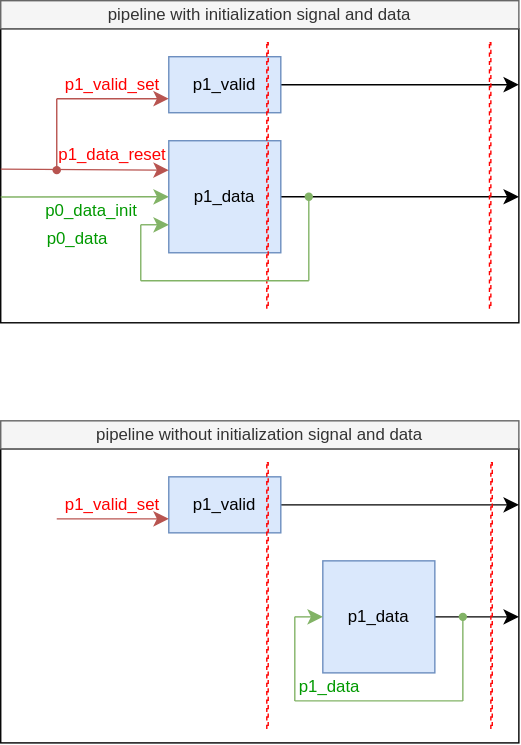
Earlier version of the draw.io export de/v_rule/include/pipeline_init.svg (jnjnliwenjie0022/obs). Source tidied: cells renumbered, new cells last; positions are measured from the earlier drawing's top-left corner, leaving out a move shared by most shapes.
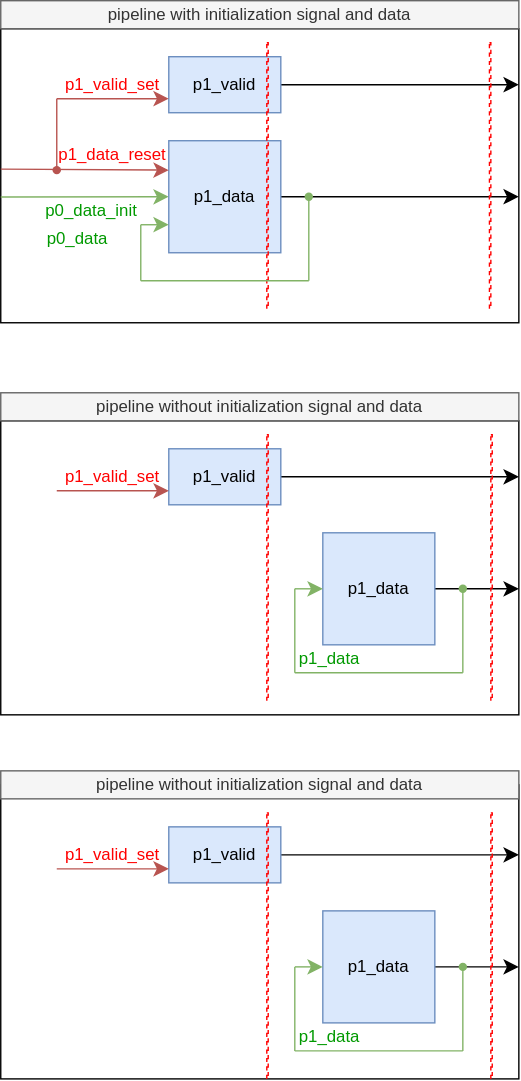
The same file after the commit.

Commit message:
vault backup: 2025-05-04 19:11:35

What changed in the source:
```diff
@@ -3,7 +3,7 @@
     <mxCell id="0" />
     <mxCell id="1" parent="0" />
     <mxCell id="2" style="whiteSpace=wrap;html=1;rotation=0;rounded=0;" parent="1" vertex="1">
-      <mxGeometry y="320" width="370" height="210" as="geometry" />
+      <mxGeometry y="300" width="370" height="210" as="geometry" />
     </mxCell>
     <mxCell id="3" style="whiteSpace=wrap;html=1;rotation=0;rounded=0;" parent="1" vertex="1">
       <mxGeometry y="20" width="370" height="210" as="geometry" />
@@ -58,67 +58,67 @@
     </mxCell>
     <mxCell id="16" style="edgeStyle=none;curved=1;rounded=0;jettySize=auto;html=1;fontSize=12;startSize=8;endSize=8;" parent="1" edge="1" source="17">
       <mxGeometry relative="1" as="geometry">
-        <mxPoint x="370" y="360" as="targetPoint" />
+        <mxPoint x="370" y="340" as="targetPoint" />
       </mxGeometry>
     </mxCell>
     <mxCell id="17" value="p1_valid" style="whiteSpace=wrap;html=1;rotation=0;fillColor=#dae8fc;strokeColor=#6c8ebf;points=[[0,0],[0,0.1],[0,0.2],[0,0.3],[0,0.4],[0,0.5],[0,0.6],[0,0.7],[0,0.8],[0,0.9],[0,1],[0.1,0],[0.2,0],[0.3,0],[0.4,0],[0.5,0],[0.6,0],[0.7,0],[0.8,0],[0.9,0],[1,0],[1,0.1],[1,0.2],[1,0.3],[1,0.4],[1,0.5],[1,0.6],[1,0.7],[1,0.8],[1,0.9],[0.1,1],[0.2,1],[0.3,1],[0.4,1],[0.5,1],[0.6,1],[0.7,1],[0.8,1],[0.9,1],[1,1]];rounded=0;" parent="1" vertex="1">
-      <mxGeometry x="120" y="340" width="80" height="40" as="geometry" />
+      <mxGeometry x="120" y="320" width="80" height="40" as="geometry" />
     </mxCell>
     <mxCell id="18" style="edgeStyle=none;curved=1;rounded=0;jettySize=auto;html=1;fontSize=12;startSize=8;endSize=8;" parent="1" edge="1" source="19">
       <mxGeometry relative="1" as="geometry">
-        <mxPoint x="370" y="440" as="targetPoint" />
+        <mxPoint x="370" y="420" as="targetPoint" />
       </mxGeometry>
     </mxCell>
     <mxCell id="19" value="p1_data" style="whiteSpace=wrap;html=1;rotation=0;fillColor=#dae8fc;strokeColor=#6c8ebf;points=[[0,0],[0,0.1],[0,0.2],[0,0.3],[0,0.4],[0,0.5],[0,0.6],[0,0.7],[0,0.8],[0,0.9],[0,1],[0.1,0],[0.2,0],[0.3,0],[0.4,0],[0.5,0],[0.6,0],[0.7,0],[0.8,0],[0.9,0],[1,0],[1,0.1],[1,0.2],[1,0.3],[1,0.4],[1,0.5],[1,0.6],[1,0.7],[1,0.8],[1,0.9],[0.1,1],[0.2,1],[0.3,1],[0.4,1],[0.5,1],[0.6,1],[0.7,1],[0.8,1],[0.9,1],[1,1]];rounded=0;" parent="1" vertex="1">
-      <mxGeometry x="230" y="400" width="80" height="80" as="geometry" />
+      <mxGeometry x="230" y="380" width="80" height="80" as="geometry" />
     </mxCell>
     <mxCell id="20" style="whiteSpace=wrap;html=1;rotation=0;rounded=0;dashed=1;fillColor=none;strokeColor=#FF0000;" parent="1" vertex="1">
-      <mxGeometry x="190" y="330" width="1" height="190" as="geometry" />
+      <mxGeometry x="190" y="310" width="1" height="190" as="geometry" />
     </mxCell>
     <mxCell id="21" style="edgeStyle=none;curved=1;rounded=0;orthogonalLoop=1;jettySize=auto;html=1;fontSize=12;startSize=8;endSize=8;fillColor=#f8cecc;strokeColor=#b85450;" parent="1" edge="1">
       <mxGeometry relative="1" as="geometry">
-        <mxPoint x="40" y="370" as="sourcePoint" />
-        <mxPoint x="120" y="370" as="targetPoint" />
+        <mxPoint x="40" y="350" as="sourcePoint" />
+        <mxPoint x="120" y="350" as="targetPoint" />
       </mxGeometry>
     </mxCell>
     <mxCell id="22" value="&lt;font color=&quot;#ff0000&quot;&gt;p1_valid_set&lt;/font&gt;" style="whiteSpace=wrap;html=1;rotation=0;rounded=0;strokeColor=none;fillColor=none;" parent="1" vertex="1">
-      <mxGeometry x="40" y="350" width="80" height="20" as="geometry" />
+      <mxGeometry x="40" y="330" width="80" height="20" as="geometry" />
     </mxCell>
     <mxCell id="23" value="pipeline with initialization signal and data" style="whiteSpace=wrap;html=1;rotation=0;rounded=0;fillColor=#f5f5f5;fontColor=#333333;strokeColor=#666666;" parent="1" vertex="1">
       <mxGeometry width="370" height="20" as="geometry" />
     </mxCell>
     <mxCell id="24" value="pipeline without initialization signal and data" style="whiteSpace=wrap;html=1;rotation=0;rounded=0;fillColor=#f5f5f5;fontColor=#333333;strokeColor=#666666;" parent="1" vertex="1">
-      <mxGeometry y="300" width="370" height="20" as="geometry" />
+      <mxGeometry y="280" width="370" height="20" as="geometry" />
     </mxCell>
     <mxCell id="25" style="whiteSpace=wrap;html=1;rotation=0;rounded=0;dashed=1;fillColor=none;strokeColor=#FF0000;" parent="1" vertex="1">
       <mxGeometry x="349" y="30" width="1" height="190" as="geometry" />
     </mxCell>
     <mxCell id="26" style="whiteSpace=wrap;html=1;rotation=0;rounded=0;dashed=1;fillColor=none;strokeColor=#FF0000;" parent="1" vertex="1">
-      <mxGeometry x="350" y="330" width="1" height="190" as="geometry" />
+      <mxGeometry x="350" y="310" width="1" height="190" as="geometry" />
     </mxCell>
     <mxCell id="27" style="edgeStyle=none;curved=1;rounded=0;jettySize=auto;html=1;fontSize=12;startSize=8;endSize=8;endArrow=none;endFill=0;fillColor=#d5e8d4;strokeColor=#82b366;" parent="1" edge="1" source="28">
       <mxGeometry relative="1" as="geometry">
-        <mxPoint x="330" y="500" as="targetPoint" />
+        <mxPoint x="330" y="480" as="targetPoint" />
       </mxGeometry>
     </mxCell>
     <mxCell id="28" style="shape=waypoint;sketch=0;size=6;points=[];fillColor=#d5e8d4;perimeter=centerPerimeter;snapToPoint=1;strokeColor=#82b366;" parent="1" vertex="1">
-      <mxGeometry x="320" y="430" width="20" height="20" as="geometry" />
+      <mxGeometry x="320" y="410" width="20" height="20" as="geometry" />
     </mxCell>
     <mxCell id="29" style="edgeStyle=none;curved=1;rounded=0;jettySize=auto;html=1;entryX=0;entryY=0.5;entryDx=0;entryDy=0;fontSize=12;startSize=8;endSize=8;fillColor=#d5e8d4;strokeColor=#82b366;" parent="1" edge="1" target="19">
       <mxGeometry relative="1" as="geometry">
-        <mxPoint x="210" y="440" as="sourcePoint" />
+        <mxPoint x="210" y="420" as="sourcePoint" />
       </mxGeometry>
     </mxCell>
     <mxCell id="30" style="edgeStyle=none;curved=1;rounded=0;orthogonalLoop=1;jettySize=auto;html=1;entryX=1.017;entryY=0.6;entryDx=0;entryDy=0;entryPerimeter=0;fontSize=12;startSize=8;endSize=8;endArrow=none;endFill=0;fillColor=#d5e8d4;strokeColor=#82b366;" parent="1" edge="1">
       <mxGeometry relative="1" as="geometry">
-        <mxPoint x="330" y="500" as="sourcePoint" />
-        <mxPoint x="210" y="500" as="targetPoint" />
+        <mxPoint x="330" y="480" as="sourcePoint" />
+        <mxPoint x="210" y="480" as="targetPoint" />
       </mxGeometry>
     </mxCell>
     <mxCell id="31" style="edgeStyle=none;curved=1;rounded=0;orthogonalLoop=1;jettySize=auto;html=1;entryX=0.439;entryY=0.711;entryDx=0;entryDy=0;entryPerimeter=0;fontSize=12;startSize=8;endSize=8;endArrow=none;endFill=0;fillColor=#d5e8d4;strokeColor=#82b366;" parent="1" edge="1">
       <mxGeometry relative="1" as="geometry">
-        <mxPoint x="210" y="500" as="sourcePoint" />
-        <mxPoint x="210" y="440" as="targetPoint" />
+        <mxPoint x="210" y="480" as="sourcePoint" />
+        <mxPoint x="210" y="420" as="targetPoint" />
       </mxGeometry>
     </mxCell>
     <mxCell id="32" style="edgeStyle=none;curved=1;rounded=0;orthogonalLoop=1;jettySize=auto;html=1;fontSize=12;startSize=8;endSize=8;fillColor=#d5e8d4;strokeColor=#82b366;" parent="1" edge="1">
@@ -154,7 +154,72 @@
       <mxGeometry x="30" y="160" width="50" height="20" as="geometry" />
     </mxCell>
     <mxCell id="39" value="&lt;font color=&quot;#009900&quot;&gt;p1_data&lt;/font&gt;" style="whiteSpace=wrap;html=1;rotation=0;rounded=0;strokeColor=none;fillColor=none;" parent="1" vertex="1">
-      <mxGeometry x="210" y="480" width="50" height="20" as="geometry" />
+      <mxGeometry x="210" y="460" width="50" height="20" as="geometry" />
     </mxCell>
+    <mxCell id="40" style="whiteSpace=wrap;html=1;rotation=0;rounded=0;" parent="1" vertex="1">
+      <mxGeometry y="560" width="370" height="210" as="geometry" />
+    </mxCell>
+    <mxCell id="41" style="edgeStyle=none;curved=1;rounded=0;jettySize=auto;html=1;fontSize=12;startSize=8;endSize=8;" parent="1" edge="1" source="42">
+      <mxGeometry relative="1" as="geometry">
+        <mxPoint x="370" y="610" as="targetPoint" />
+      </mxGeometry>
+    </mxCell>
+    <mxCell id="42" value="p1_valid" style="whiteSpace=wrap;html=1;rotation=0;fillColor=#dae8fc;strokeColor=#6c8ebf;points=[[0,0],[0,0.1],[0,0.2],[0,0.3],[0,0.4],[0,0.5],[0,0.6],[0,0.7],[0,0.8],[0,0.9],[0,1],[0.1,0],[0.2,0],[0.3,0],[0.4,0],[0.5,0],[0.6,0],[0.7,0],[0.8,0],[0.9,0],[1,0],[1,0.1],[1,0.2],[1,0.3],[1,0.4],[1,0.5],[1,0.6],[1,0.7],[1,0.8],[1,0.9],[0.1,1],[0.2,1],[0.3,1],[0.4,1],[0.5,1],[0.6,1],[0.7,1],[0.8,1],[0.9,1],[1,1]];rounded=0;" parent="1" vertex="1">
+      <mxGeometry x="120" y="590" width="80" height="40" as="geometry" />
+    </mxCell>
+    <mxCell id="43" style="edgeStyle=none;curved=1;rounded=0;jettySize=auto;html=1;fontSize=12;startSize=8;endSize=8;" parent="1" edge="1" source="44">
+      <mxGeometry relative="1" as="geometry">
+        <mxPoint x="370" y="690" as="targetPoint" />
+      </mxGeometry>
+    </mxCell>
+    <mxCell id="44" value="p1_data" style="whiteSpace=wrap;html=1;rotation=0;fillColor=#dae8fc;strokeColor=#6c8ebf;points=[[0,0],[0,0.1],[0,0.2],[0,0.3],[0,0.4],[0,0.5],[0,0.6],[0,0.7],[0,0.8],[0,0.9],[0,1],[0.1,0],[0.2,0],[0.3,0],[0.4,0],[0.5,0],[0.6,0],[0.7,0],[0.8,0],[0.9,0],[1,0],[1,0.1],[1,0.2],[1,0.3],[1,0.4],[1,0.5],[1,0.6],[1,0.7],[1,0.8],[1,0.9],[0.1,1],[0.2,1],[0.3,1],[0.4,1],[0.5,1],[0.6,1],[0.7,1],[0.8,1],[0.9,1],[1,1]];rounded=0;" parent="1" vertex="1">
+      <mxGeometry x="230" y="650" width="80" height="80" as="geometry" />
+    </mxCell>
+    <mxCell id="45" style="whiteSpace=wrap;html=1;rotation=0;rounded=0;dashed=1;fillColor=none;strokeColor=#FF0000;" parent="1" vertex="1">
+      <mxGeometry x="190" y="580" width="1" height="190" as="geometry" />
+    </mxCell>
+    <mxCell id="46" style="edgeStyle=none;curved=1;rounded=0;orthogonalLoop=1;jettySize=auto;html=1;fontSize=12;startSize=8;endSize=8;fillColor=#f8cecc;strokeColor=#b85450;" parent="1" edge="1">
+      <mxGeometry relative="1" as="geometry">
+        <mxPoint x="40" y="620" as="sourcePoint" />
+        <mxPoint x="120" y="620" as="targetPoint" />
+      </mxGeometry>
+    </mxCell>
+    <mxCell id="47" value="&lt;font color=&quot;#ff0000&quot;&gt;p1_valid_set&lt;/font&gt;" style="whiteSpace=wrap;html=1;rotation=0;rounded=0;strokeColor=none;fillColor=none;" parent="1" vertex="1">
+      <mxGeometry x="40" y="600" width="80" height="20" as="geometry" />
+    </mxCell>
+    <mxCell id="48" value="pipeline without initialization signal and data" style="whiteSpace=wrap;html=1;rotation=0;rounded=0;fillColor=#f5f5f5;fontColor=#333333;strokeColor=#666666;" parent="1" vertex="1">
+      <mxGeometry y="550" width="370" height="20" as="geometry" />
+    </mxCell>
+    <mxCell id="49" style="whiteSpace=wrap;html=1;rotation=0;rounded=0;dashed=1;fillColor=none;strokeColor=#FF0000;" parent="1" vertex="1">
+      <mxGeometry x="350" y="580" width="1" height="190" as="geometry" />
+    </mxCell>
+    <mxCell id="50" style="edgeStyle=none;curved=1;rounded=0;jettySize=auto;html=1;fontSize=12;startSize=8;endSize=8;endArrow=none;endFill=0;fillColor=#d5e8d4;strokeColor=#82b366;" parent="1" edge="1" source="51">
+      <mxGeometry relative="1" as="geometry">
+        <mxPoint x="330" y="750" as="targetPoint" />
+      </mxGeometry>
+    </mxCell>
+    <mxCell id="51" style="shape=waypoint;sketch=0;size=6;points=[];fillColor=#d5e8d4;perimeter=centerPerimeter;snapToPoint=1;strokeColor=#82b366;" parent="1" vertex="1">
+      <mxGeometry x="320" y="680" width="20" height="20" as="geometry" />
+    </mxCell>
+    <mxCell id="52" style="edgeStyle=none;curved=1;rounded=0;jettySize=auto;html=1;entryX=0;entryY=0.5;entryDx=0;entryDy=0;fontSize=12;startSize=8;endSize=8;fillColor=#d5e8d4;strokeColor=#82b366;" parent="1" edge="1" target="44">
+      <mxGeometry relative="1" as="geometry">
+        <mxPoint x="210" y="690" as="sourcePoint" />
+      </mxGeometry>
+    </mxCell>
+    <mxCell id="53" style="edgeStyle=none;curved=1;rounded=0;orthogonalLoop=1;jettySize=auto;html=1;entryX=1.017;entryY=0.6;entryDx=0;entryDy=0;entryPerimeter=0;fontSize=12;startSize=8;endSize=8;endArrow=none;endFill=0;fillColor=#d5e8d4;strokeColor=#82b366;" parent="1" edge="1">
+      <mxGeometry relative="1" as="geometry">
+        <mxPoint x="330" y="750" as="sourcePoint" />
+        <mxPoint x="210" y="750" as="targetPoint" />
+      </mxGeometry>
+    </mxCell>
+    <mxCell id="54" style="edgeStyle=none;curved=1;rounded=0;orthogonalLoop=1;jettySize=auto;html=1;entryX=0.439;entryY=0.711;entryDx=0;entryDy=0;entryPerimeter=0;fontSize=12;startSize=8;endSize=8;endArrow=none;endFill=0;fillColor=#d5e8d4;strokeColor=#82b366;" parent="1" edge="1">
+      <mxGeometry relative="1" as="geometry">
+        <mxPoint x="210" y="750" as="sourcePoint" />
+        <mxPoint x="210" y="690" as="targetPoint" />
+      </mxGeometry>
+    </mxCell>
+    <mxCell id="55" value="&lt;font color=&quot;#009900&quot;&gt;p1_data&lt;/font&gt;" style="whiteSpace=wrap;html=1;rotation=0;rounded=0;strokeColor=none;fillColor=none;" parent="1" vertex="1">
+      <mxGeometry x="210" y="730" width="50" height="20" as="geometry" />
+    </mxCell>
   </root>
 </mxGraphModel>
```
